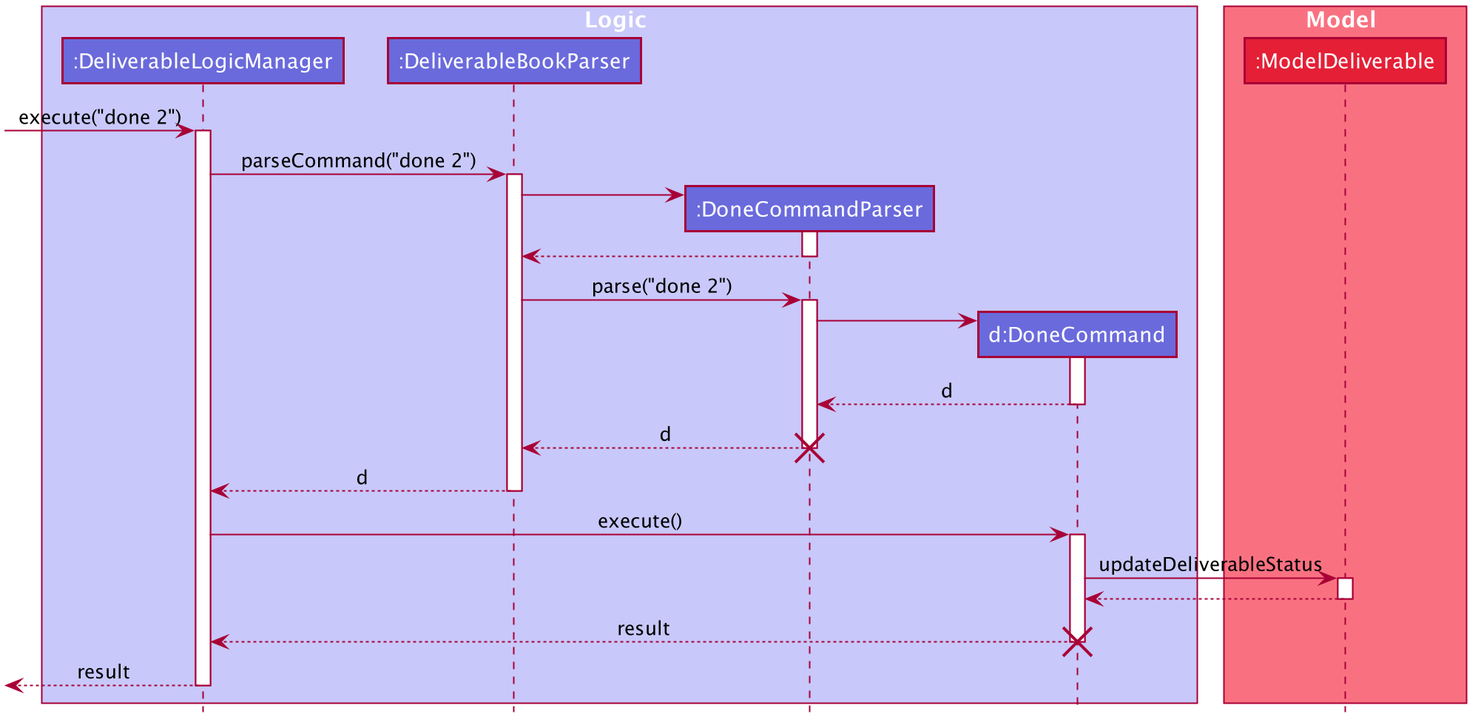
Earlier version of the PlantUML export docs/images/DoneCommandSequenceDiagram.png (shadowezz/Productiv). Its diagram source:
```plantuml
@startuml








skinparam BackgroundColor #FFFFFFF

skinparam Shadowing false

skinparam Class {
    FontColor #FFFFFF
    BorderThickness 1
    BorderColor #FFFFFF
    StereotypeFontColor #FFFFFF
    FontName Arial
}

skinparam Actor {
    BorderColor #000000
    Color #000000
    FontName Arial
}

skinparam Sequence {
    MessageAlign center
    BoxFontSize 15
    BoxPadding 0
    BoxFontColor #FFFFFF
    FontName Arial
}

skinparam Participant {
    FontColor #FFFFFFF
    Padding 20
}

skinparam MinClassWidth 50
skinparam ParticipantPadding 10
skinparam Shadowing false
skinparam DefaultTextAlignment center
skinparam packageStyle Rectangle

hide footbox
hide members
hide circle

box Logic #C8C8FA
participant ":DeliverableLogicManager" as DeliverableLogicManager #6A6ADC
participant ":DeliverableBookParser" as DeliverableBookParser #6A6ADC
participant ":DoneCommandParser" as DoneCommandParser #6A6ADC
participant "d:DoneCommand" as DoneCommand #6A6ADC
end box

box Model #F97181
participant ":ModelDeliverable" as ModelDeliverable #E41F36
end box

[-> DeliverableLogicManager : execute("done 2")
activate DeliverableLogicManager

DeliverableLogicManager -> DeliverableBookParser : parseCommand("done 2")
activate DeliverableBookParser

create DoneCommandParser
DeliverableBookParser -> DoneCommandParser
activate DoneCommandParser

DoneCommandParser --> DeliverableBookParser
deactivate DoneCommandParser

DeliverableBookParser -> DoneCommandParser : parse("done 2")
activate DoneCommandParser

create DoneCommand
DoneCommandParser -> DoneCommand
activate DoneCommand

DoneCommand --> DoneCommandParser : d
deactivate DoneCommand

DoneCommandParser --> DeliverableBookParser : d
deactivate DoneCommandParser
destroy DoneCommandParser

DeliverableBookParser --> DeliverableLogicManager : d
deactivate DeliverableBookParser

DeliverableLogicManager -> DoneCommand : execute()
activate DoneCommand

DoneCommand -> ModelDeliverable : updateDeliverableStatus
activate ModelDeliverable

ModelDeliverable --> DoneCommand
deactivate ModelDeliverable

DoneCommand --> DeliverableLogicManager : result
deactivate DoneCommand
destroy DoneCommand

[<-- DeliverableLogicManager : result
deactivate DeliverableLogicManager

@enduml
```
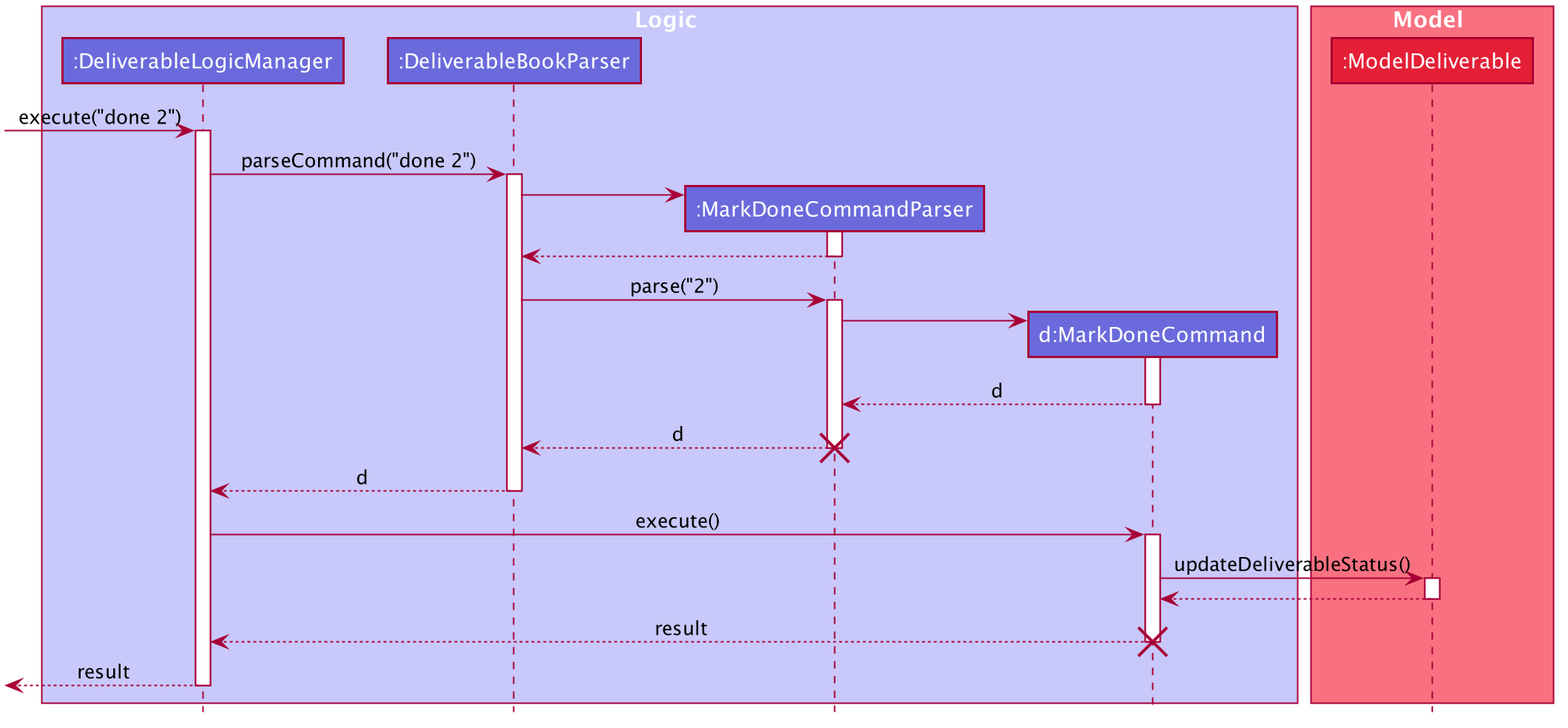
Later version of the same file.

Commit message:
Change DoneCommandParser to MarkDoneCommandParser.

The edit, as a diff of the source:
```diff
@@ -51,8 +51,8 @@
 box Logic #C8C8FA
 participant ":DeliverableLogicManager" as DeliverableLogicManager #6A6ADC
 participant ":DeliverableBookParser" as DeliverableBookParser #6A6ADC
-participant ":DoneCommandParser" as DoneCommandParser #6A6ADC
-participant "d:DoneCommand" as DoneCommand #6A6ADC
+participant ":MarkDoneCommandParser" as MarkDoneCommandParser #6A6ADC
+participant "d:MarkDoneCommand" as MarkDoneCommand #6A6ADC
 end box
 
 box Model #F97181
@@ -65,42 +65,42 @@
 DeliverableLogicManager -> DeliverableBookParser : parseCommand("done 2")
 activate DeliverableBookParser
 
-create DoneCommandParser
-DeliverableBookParser -> DoneCommandParser
-activate DoneCommandParser
+create MarkDoneCommandParser
+DeliverableBookParser -> MarkDoneCommandParser
+activate MarkDoneCommandParser
 
-DoneCommandParser --> DeliverableBookParser
-deactivate DoneCommandParser
+MarkDoneCommandParser --> DeliverableBookParser
+deactivate MarkDoneCommandParser
 
-DeliverableBookParser -> DoneCommandParser : parse("done 2")
-activate DoneCommandParser
+DeliverableBookParser -> MarkDoneCommandParser : parse("2")
+activate MarkDoneCommandParser
 
-create DoneCommand
-DoneCommandParser -> DoneCommand
-activate DoneCommand
+create MarkDoneCommand
+MarkDoneCommandParser -> MarkDoneCommand
+activate MarkDoneCommand
 
-DoneCommand --> DoneCommandParser : d
-deactivate DoneCommand
+MarkDoneCommand --> MarkDoneCommandParser : d
+deactivate MarkDoneCommand
 
-DoneCommandParser --> DeliverableBookParser : d
-deactivate DoneCommandParser
-destroy DoneCommandParser
+MarkDoneCommandParser --> DeliverableBookParser : d
+deactivate MarkDoneCommandParser
+destroy MarkDoneCommandParser
 
 DeliverableBookParser --> DeliverableLogicManager : d
 deactivate DeliverableBookParser
 
-DeliverableLogicManager -> DoneCommand : execute()
-activate DoneCommand
+DeliverableLogicManager -> MarkDoneCommand : execute()
+activate MarkDoneCommand
 
-DoneCommand -> ModelDeliverable : updateDeliverableStatus
+MarkDoneCommand -> ModelDeliverable : updateDeliverableStatus()
 activate ModelDeliverable
 
-ModelDeliverable --> DoneCommand
+ModelDeliverable --> MarkDoneCommand
 deactivate ModelDeliverable
 
-DoneCommand --> DeliverableLogicManager : result
-deactivate DoneCommand
-destroy DoneCommand
+MarkDoneCommand --> DeliverableLogicManager : result
+deactivate MarkDoneCommand
+destroy MarkDoneCommand
 
 [<-- DeliverableLogicManager : result
 deactivate DeliverableLogicManager
```
